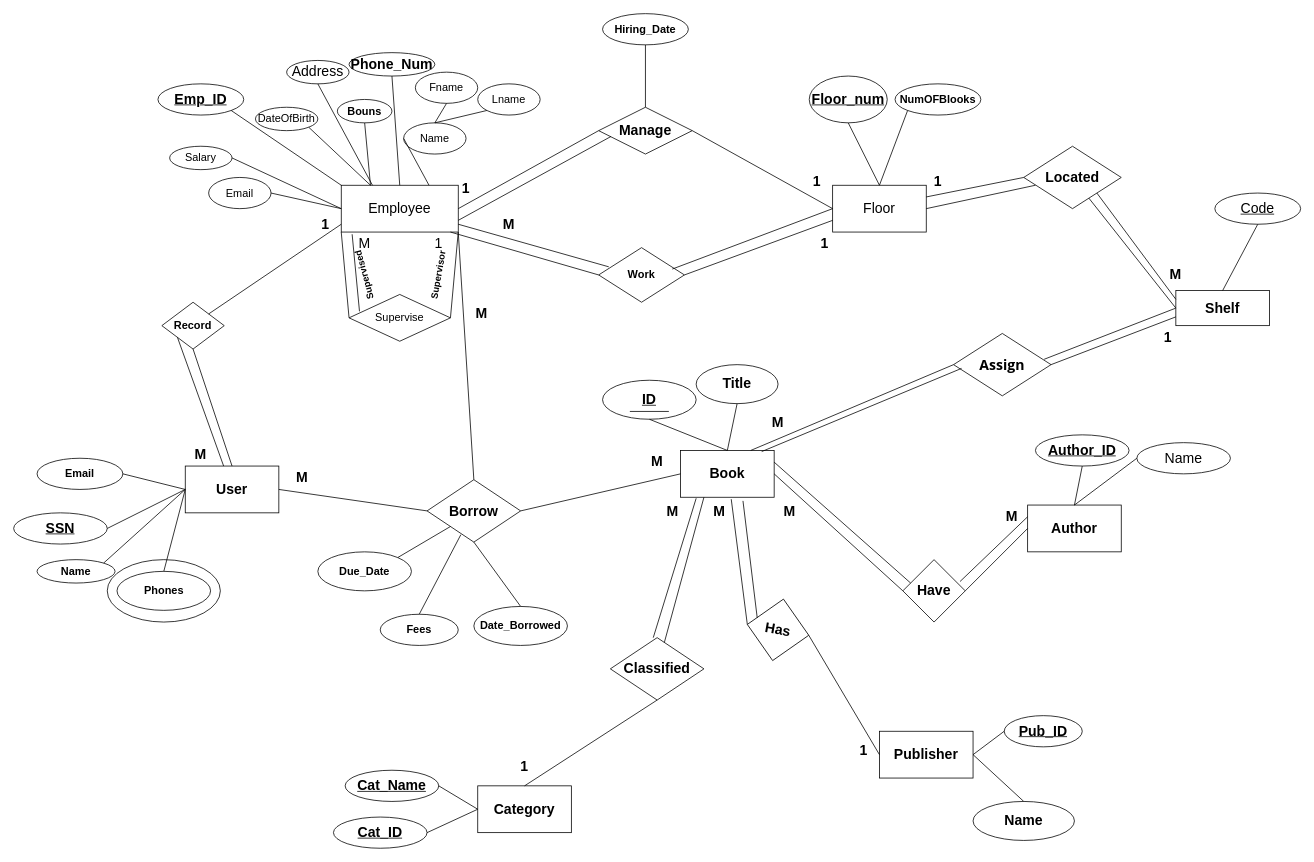
This is Untitled Diagram.drawio from kiro314159265359/test0, a draw.io file, before an edit. Source tidied: cells renumbered, new cells numbered last; positions are measured from the earlier drawing's top-left corner, leaving out a move shared by most shapes. Both pictures are drawn from the tidied source at 78%, with x=0, y=0 at pixel (13, 13).
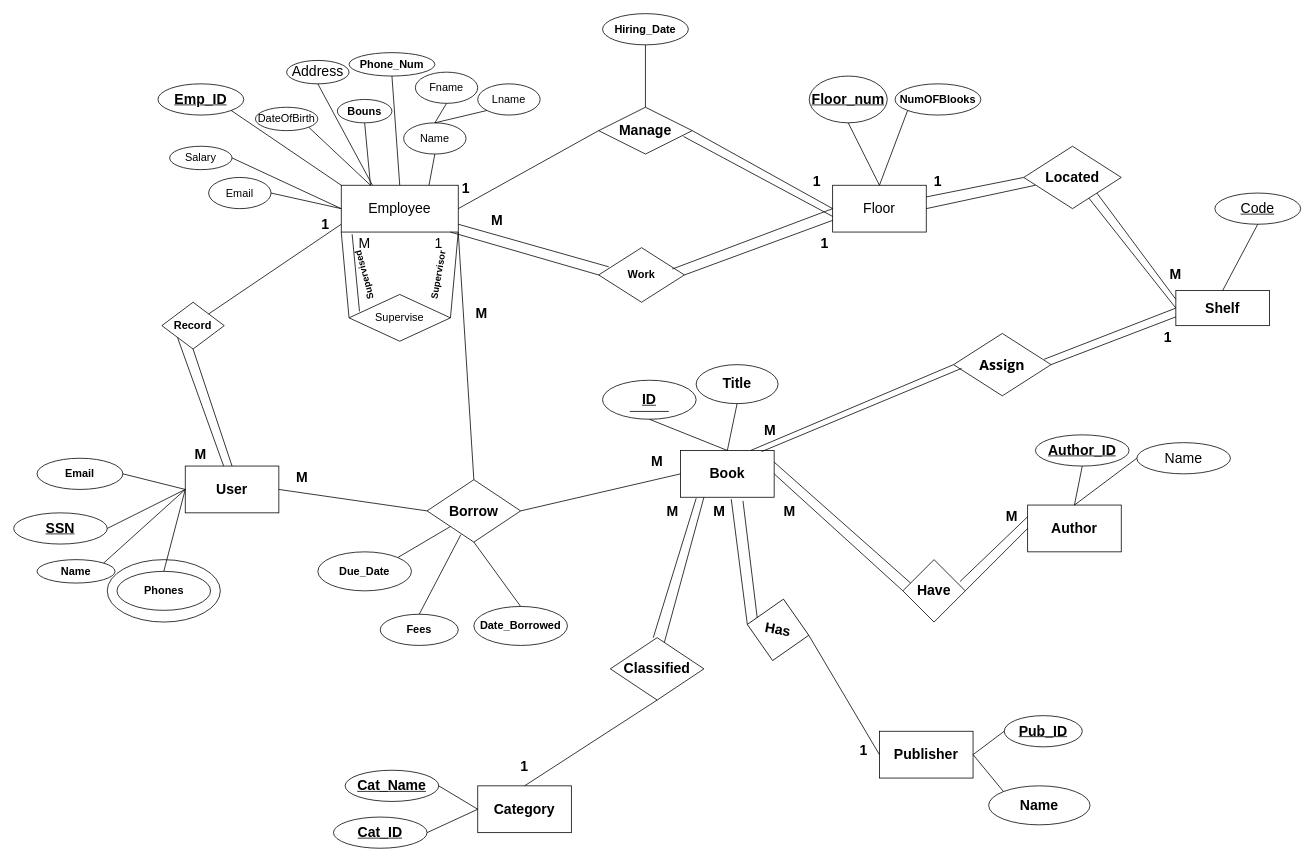
The same diagram, later.

The change refers to these unchanged cells:
```xml
<mxCell id="3" value="&lt;font style=&quot;font-size: 18px;&quot;&gt;Employee&lt;/font&gt;" style="rounded=0;whiteSpace=wrap;html=1;" parent="1" vertex="1">
  <mxGeometry x="420" y="220" width="150" height="60" as="geometry" />
</mxCell>
<mxCell id="7" value="&lt;font style=&quot;font-size: 14px;&quot;&gt;Name&lt;/font&gt;" style="ellipse;whiteSpace=wrap;html=1;" parent="1" vertex="1">
  <mxGeometry x="500" y="140" width="80" height="40" as="geometry" />
</mxCell>
<mxCell id="33" value="&lt;b&gt;&lt;font style=&quot;font-size: 18px;&quot;&gt;Manage&lt;/font&gt;&lt;/b&gt;" style="rhombus;whiteSpace=wrap;html=1;" parent="1" vertex="1">
  <mxGeometry x="750" y="120" width="120" height="60" as="geometry" />
</mxCell>
<mxCell id="98" value="&lt;font style=&quot;font-size: 18px;&quot;&gt;&lt;b style=&quot;&quot;&gt;Publisher&lt;/b&gt;&lt;/font&gt;" style="rounded=0;whiteSpace=wrap;html=1;" parent="1" vertex="1">
  <mxGeometry x="1110" y="920" width="120" height="60" as="geometry" />
</mxCell>
```

Change to the diagram source:
```diff
@@
-    <mxCell id="15" style="endArrow=none;html=1;rounded=0;exitX=0;exitY=0.5;exitDx=0;exitDy=0;entryX=0.75;entryY=0;entryDx=0;entryDy=0;" parent="1" edge="1" source="7" target="3">
+    <mxCell id="15" style="endArrow=none;html=1;rounded=0;exitX=0.5;exitY=1;exitDx=0;exitDy=0;entryX=0.75;entryY=0;entryDx=0;entryDy=0;" parent="1" edge="1" source="7" target="3">
       <mxGeometry relative="1" as="geometry" />
     </mxCell>
@@
-    <mxCell id="19" value="&lt;font style=&quot;font-size: 18px;&quot;&gt;&lt;b style=&quot;&quot;&gt;Phone_Num&lt;/b&gt;&lt;/font&gt;" style="ellipse;whiteSpace=wrap;html=1;" parent="1" vertex="1">
+    <mxCell id="19" value="&lt;font style=&quot;font-size: 14px;&quot;&gt;&lt;b style=&quot;&quot;&gt;Phone_Num&lt;/b&gt;&lt;/font&gt;" style="ellipse;whiteSpace=wrap;html=1;" parent="1" vertex="1">
       <mxGeometry x="430" y="50" width="110" height="30" as="geometry" />
     </mxCell>
@@
-    <mxCell id="40" style="endArrow=none;html=1;rounded=0;exitX=1;exitY=0.75;exitDx=0;exitDy=0;entryX=0.132;entryY=0.624;entryDx=0;entryDy=0;entryPerimeter=0;" parent="1" edge="1" source="3" target="33">
-      <mxGeometry relative="1" as="geometry" />
+    <mxCell id="40" style="endArrow=none;html=1;rounded=0;exitX=0.906;exitY=0.624;exitDx=0;exitDy=0;exitPerimeter=0;" parent="1" edge="1" source="33">
+      <mxGeometry relative="1" as="geometry">
+        <mxPoint x="1050" y="260" as="targetPoint" />
+      </mxGeometry>
     </mxCell>
@@
     <mxCell id="48" value="&lt;font style=&quot;font-size: 18px;&quot;&gt;&lt;b&gt;M&lt;/b&gt;&lt;/font&gt;" style="text;html=1;align=center;verticalAlign=middle;whiteSpace=wrap;rounded=0;" parent="1" vertex="1">
-      <mxGeometry x="605" y="255" width="60" height="30" as="geometry" />
+      <mxGeometry x="590" y="250" width="60" height="30" as="geometry" />
     </mxCell>
@@
     <mxCell id="100" value="&lt;b&gt;&lt;font style=&quot;font-size: 18px;&quot;&gt;Name&lt;/font&gt;&lt;/b&gt;" style="ellipse;whiteSpace=wrap;html=1;" parent="1" vertex="1">
-      <mxGeometry x="1230" y="1010" width="130" height="50" as="geometry" />
+      <mxGeometry x="1250" y="990" width="130" height="50" as="geometry" />
     </mxCell>
@@
-    <mxCell id="102" style="endArrow=none;html=1;rounded=0;exitX=1;exitY=0.5;exitDx=0;exitDy=0;entryX=0.5;entryY=0;entryDx=0;entryDy=0;" parent="1" edge="1" source="98" target="100">
+    <mxCell id="102" style="endArrow=none;html=1;rounded=0;exitX=1;exitY=0.5;exitDx=0;exitDy=0;entryX=0;entryY=0;entryDx=0;entryDy=0;" parent="1" edge="1" source="98" target="100">
       <mxGeometry relative="1" as="geometry" />
     </mxCell>
@@
     <mxCell id="129" value="&lt;b&gt;&lt;font style=&quot;font-size: 18px;&quot;&gt;M&lt;/font&gt;&lt;/b&gt;" style="text;html=1;align=center;verticalAlign=middle;whiteSpace=wrap;rounded=0;" parent="1" vertex="1">
-      <mxGeometry x="950" y="510" width="60" height="30" as="geometry" />
+      <mxGeometry x="940" y="520" width="60" height="30" as="geometry" />
     </mxCell>
```
